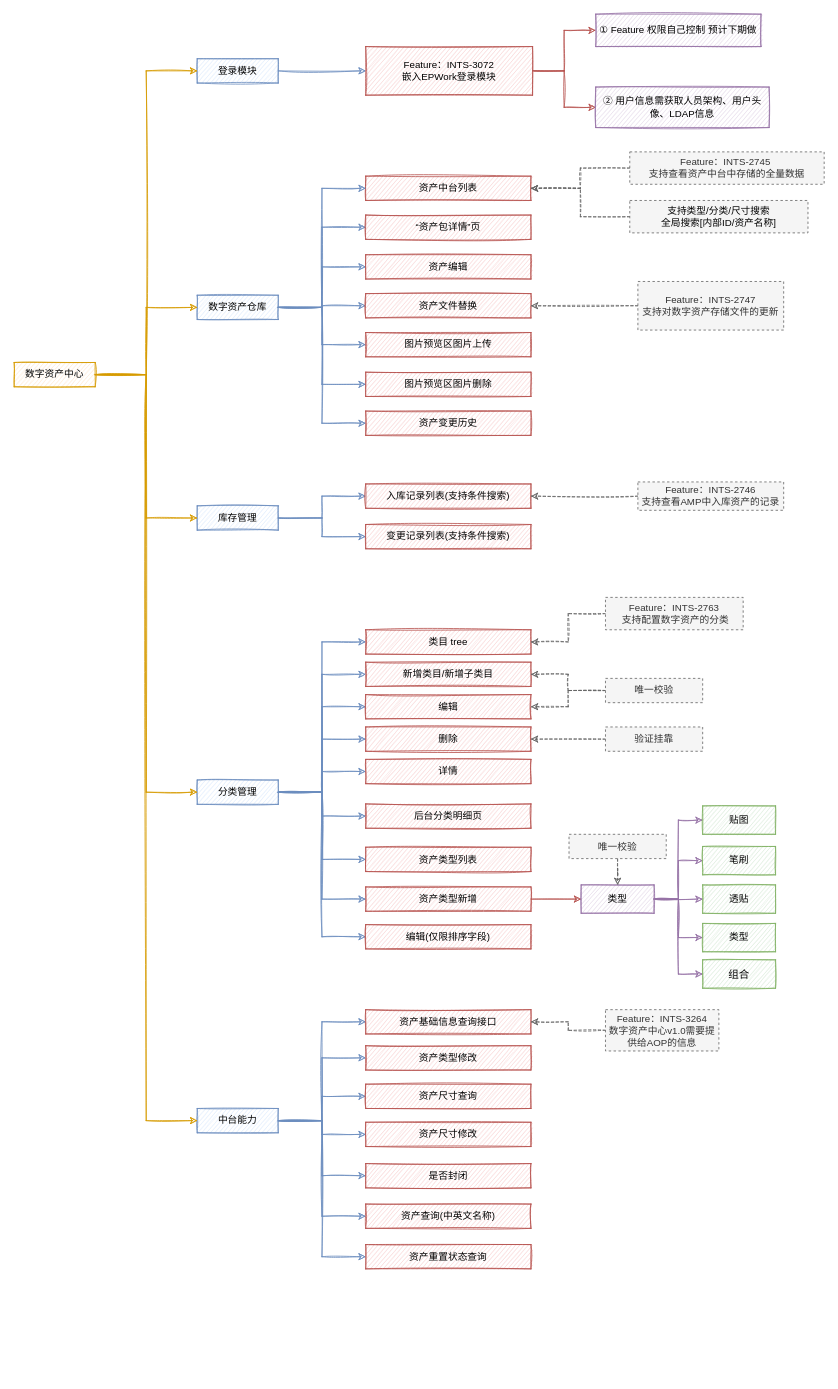
Earlier version of the draw.io diagram 数字资产中心1.0.drawio (booldesign/draw). Source tidied: cells renumbered, new cells numbered last; positions are measured from the earlier drawing's top-left corner, leaving out a move shared by most shapes. Both pictures are drawn from the tidied source at 81%, with x=0, y=0 at pixel (14, 14).
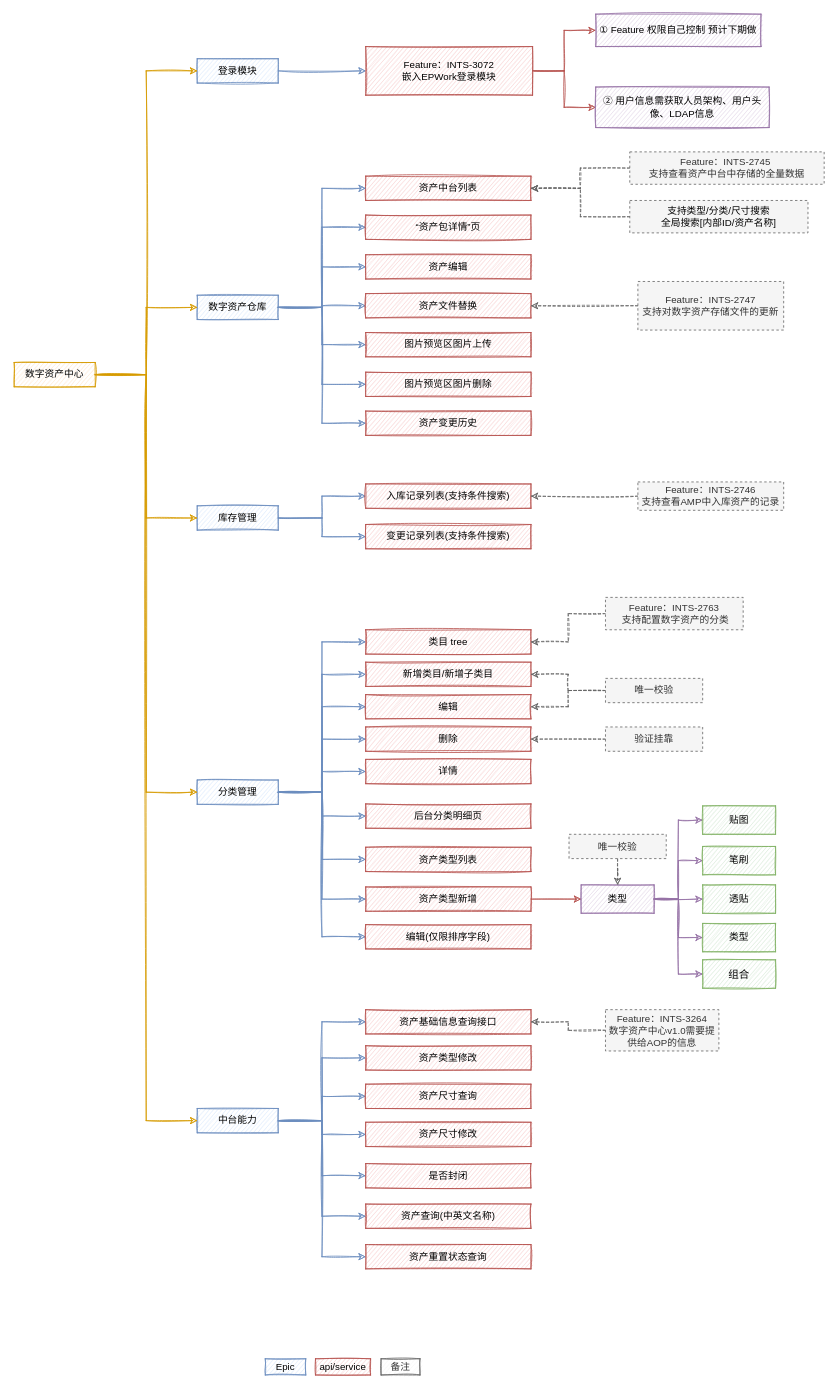
Above is the later version.

Commit message (it also covers changes not shown here):
更新数字资产中心1.0.drawio

The edit, as a diff of the source:
```diff
@@
+    <mxCell id="101" value="Epic" style="rounded=0;whiteSpace=wrap;html=1;sketch=1;fillColor=#dae8fc;strokeColor=#6c8ebf;disableMultiStrokeFill=0;" parent="1" vertex="1">
+      <mxGeometry x="310" y="1660" width="50" height="20" as="geometry" />
+    </mxCell>
+    <mxCell id="102" value="api/service" style="rounded=0;whiteSpace=wrap;html=1;sketch=1;fillColor=#f8cecc;strokeColor=#b85450;disableMultiStrokeFill=0;" parent="1" vertex="1">
+      <mxGeometry x="372" y="1660" width="68" height="20" as="geometry" />
+    </mxCell>
+    <mxCell id="103" value="备注" style="rounded=0;whiteSpace=wrap;html=1;sketch=1;fillColor=#f5f5f5;strokeColor=#666666;disableMultiStrokeFill=0;fontColor=#333333;" parent="1" vertex="1">
+      <mxGeometry x="453" y="1660" width="48" height="20" as="geometry" />
+    </mxCell>
```
